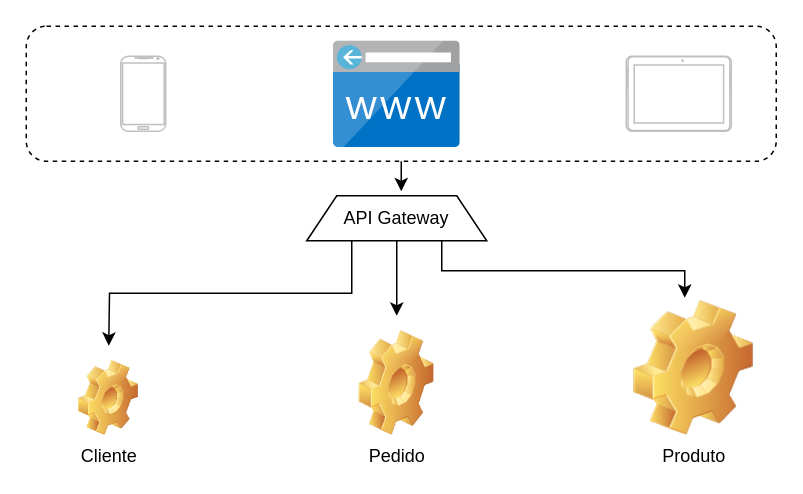
JeannAndrade/jeannandrade.github.io keeps this draw.io diagram as page "Página-7" (7 of 7) of content/microservice/img/ilustracoes.drawio. Above is the earlier version. Source tidied: cells renumbered, new cells numbered last; positions are measured from the earlier drawing's top-left corner, leaving out a move shared by most shapes. Both pictures are drawn from the tidied source at 150%, with x=0, y=0 at pixel (26, 26).
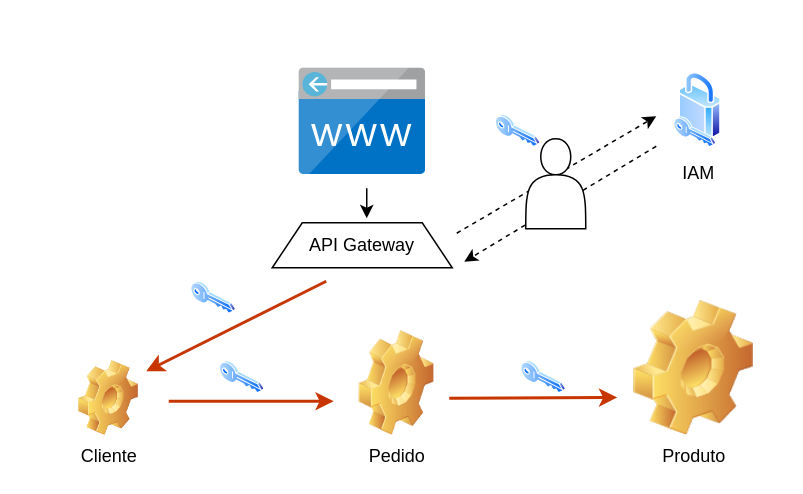
After the change.

The change refers to these unchanged cells:
```xml
<mxCell id="3" value="Produto" style="shape=image;html=1;verticalLabelPosition=bottom;verticalAlign=top;imageAspect=0;image=img/clipart/Gear_128x128.png;" parent="1" vertex="1">
  <mxGeometry x="405" y="183" width="80" height="90" as="geometry" />
</mxCell>
```

Diff of the diagram source:
```diff
@@
-    <mxCell id="2" style="rounded=1;whiteSpace=wrap;html=1;dashed=1;" parent="1" vertex="1">
-      <mxGeometry width="500" height="90" as="geometry" />
-    </mxCell>
@@
     <mxCell id="6" style="image;sketch=0;html=1;align=center;fontSize=12;image=img/lib/mscae/CustomDomain.svg;" parent="1" vertex="1">
-      <mxGeometry x="205" y="10" width="84.5" height="71" as="geometry" />
+      <mxGeometry x="182" y="28" width="84.5" height="71" as="geometry" />
     </mxCell>
-    <mxCell id="7" style="verticalLabelPosition=bottom;verticalAlign=top;html=1;shadow=0;dashed=0;strokeWidth=1;shape=mxgraph.android.phone2;strokeColor=#c0c0c0;" parent="1" vertex="1">
-      <mxGeometry x="63" y="20" width="30" height="50" as="geometry" />
-    </mxCell>
-    <mxCell id="8" style="verticalLabelPosition=bottom;verticalAlign=top;html=1;shadow=0;dashed=0;strokeWidth=1;shape=mxgraph.android.tab2;strokeColor=#c0c0c0;direction=north;" parent="1" vertex="1">
-      <mxGeometry x="400" y="20" width="70" height="50" as="geometry" />
-    </mxCell>
-    <mxCell id="9" style="edgeStyle=orthogonalEdgeStyle;rounded=0;jettySize=auto;html=1;exitX=0.25;exitY=1;exitDx=0;exitDy=0;" parent="1" edge="1" source="11">
-      <mxGeometry relative="1" as="geometry">
-        <mxPoint x="55" y="213" as="targetPoint" />
-      </mxGeometry>
-    </mxCell>
-    <mxCell id="10" style="edgeStyle=orthogonalEdgeStyle;rounded=0;jettySize=auto;html=1;" parent="1" edge="1" source="11">
-      <mxGeometry relative="1" as="geometry">
-        <mxPoint x="247" y="193" as="targetPoint" />
-      </mxGeometry>
-    </mxCell>
     <mxCell id="11" value="API Gateway" style="shape=trapezoid;perimeter=trapezoidPerimeter;whiteSpace=wrap;html=1;fixedSize=1;" parent="1" vertex="1">
-      <mxGeometry x="187" y="113" width="120" height="30" as="geometry" />
+      <mxGeometry x="164" y="131" width="120" height="30" as="geometry" />
     </mxCell>
-    <mxCell id="12" style="edgeStyle=orthogonalEdgeStyle;rounded=0;jettySize=auto;html=1;exitX=0.75;exitY=1;exitDx=0;exitDy=0;entryX=0.425;entryY=-0.022;entryDx=0;entryDy=0;entryPerimeter=0;" parent="1" edge="1" source="11" target="3">
-      <mxGeometry relative="1" as="geometry" />
-    </mxCell>
-    <mxCell id="13" style="edgeStyle=orthogonalEdgeStyle;rounded=0;jettySize=auto;html=1;" parent="1" edge="1" source="2">
+    <mxCell id="13" style="edgeStyle=orthogonalEdgeStyle;rounded=0;orthogonalLoop=1;jettySize=auto;html=1;" parent="1" edge="1">
       <mxGeometry relative="1" as="geometry">
-        <mxPoint x="250" y="110" as="targetPoint" />
+        <mxPoint x="227" y="108" as="sourcePoint" />
+        <mxPoint x="227" y="128" as="targetPoint" />
       </mxGeometry>
     </mxCell>
+    <mxCell id="14" value="IAM" style="image;perimeter=ellipsePerimeter;html=1;align=center;shadow=0;dashed=0;spacingTop=3;image=img/lib/active_directory/security.svg;" parent="1" vertex="1">
+      <mxGeometry x="432" y="31" width="31.5" height="50" as="geometry" />
+    </mxCell>
+    <mxCell id="15" style="image;perimeter=ellipsePerimeter;html=1;align=center;shadow=0;dashed=0;spacingTop=3;image=img/lib/active_directory/key.svg;" parent="1" vertex="1">
+      <mxGeometry x="110" y="170" width="30" height="22.2" as="geometry" />
+    </mxCell>
+    <mxCell id="16" style="endArrow=classic;html=1;rounded=0;strokeWidth=2;fillColor=#fa6800;strokeColor=#C73500;" parent="1" edge="1">
+      <mxGeometry relative="1" as="geometry">
+        <mxPoint x="200" y="170" as="sourcePoint" />
+        <mxPoint x="80" y="230" as="targetPoint" />
+      </mxGeometry>
+    </mxCell>
+    <mxCell id="17" style="endArrow=classic;html=1;rounded=0;strokeWidth=2;fillColor=#fa6800;strokeColor=#C73500;" parent="1" edge="1">
+      <mxGeometry relative="1" as="geometry">
+        <mxPoint x="95" y="250" as="sourcePoint" />
+        <mxPoint x="205" y="250" as="targetPoint" />
+      </mxGeometry>
+    </mxCell>
+    <mxCell id="18" style="endArrow=classic;html=1;rounded=0;strokeWidth=2;fillColor=#fa6800;strokeColor=#C73500;" parent="1" edge="1">
+      <mxGeometry relative="1" as="geometry">
+        <mxPoint x="282" y="248" as="sourcePoint" />
+        <mxPoint x="394" y="247.5" as="targetPoint" />
+      </mxGeometry>
+    </mxCell>
+    <mxCell id="19" style="image;perimeter=ellipsePerimeter;html=1;align=center;shadow=0;dashed=0;spacingTop=3;image=img/lib/active_directory/key.svg;" parent="1" vertex="1">
+      <mxGeometry x="129" y="223" width="30" height="22.2" as="geometry" />
+    </mxCell>
+    <mxCell id="20" style="image;perimeter=ellipsePerimeter;html=1;align=center;shadow=0;dashed=0;spacingTop=3;image=img/lib/active_directory/key.svg;" parent="1" vertex="1">
+      <mxGeometry x="330" y="223" width="30" height="22.2" as="geometry" />
+    </mxCell>
+    <mxCell id="21" style="image;perimeter=ellipsePerimeter;html=1;align=center;shadow=0;dashed=0;spacingTop=3;image=img/lib/active_directory/key.svg;" parent="1" vertex="1">
+      <mxGeometry x="313" y="58.9" width="30" height="22.2" as="geometry" />
+    </mxCell>
+    <mxCell id="22" style="endArrow=classic;html=1;rounded=0;dashed=1;" parent="1" edge="1">
+      <mxGeometry relative="1" as="geometry">
+        <mxPoint x="287" y="138" as="sourcePoint" />
+        <mxPoint x="420" y="60" as="targetPoint" />
+      </mxGeometry>
+    </mxCell>
+    <mxCell id="23" style="endArrow=classic;html=1;rounded=0;dashed=1;" parent="1" edge="1">
+      <mxGeometry relative="1" as="geometry">
+        <mxPoint x="420" y="80" as="sourcePoint" />
+        <mxPoint x="292" y="157" as="targetPoint" />
+      </mxGeometry>
+    </mxCell>
+    <mxCell id="24" style="shape=actor;whiteSpace=wrap;html=1;" parent="1" vertex="1">
+      <mxGeometry x="333" y="75" width="40" height="60" as="geometry" />
+    </mxCell>
```
